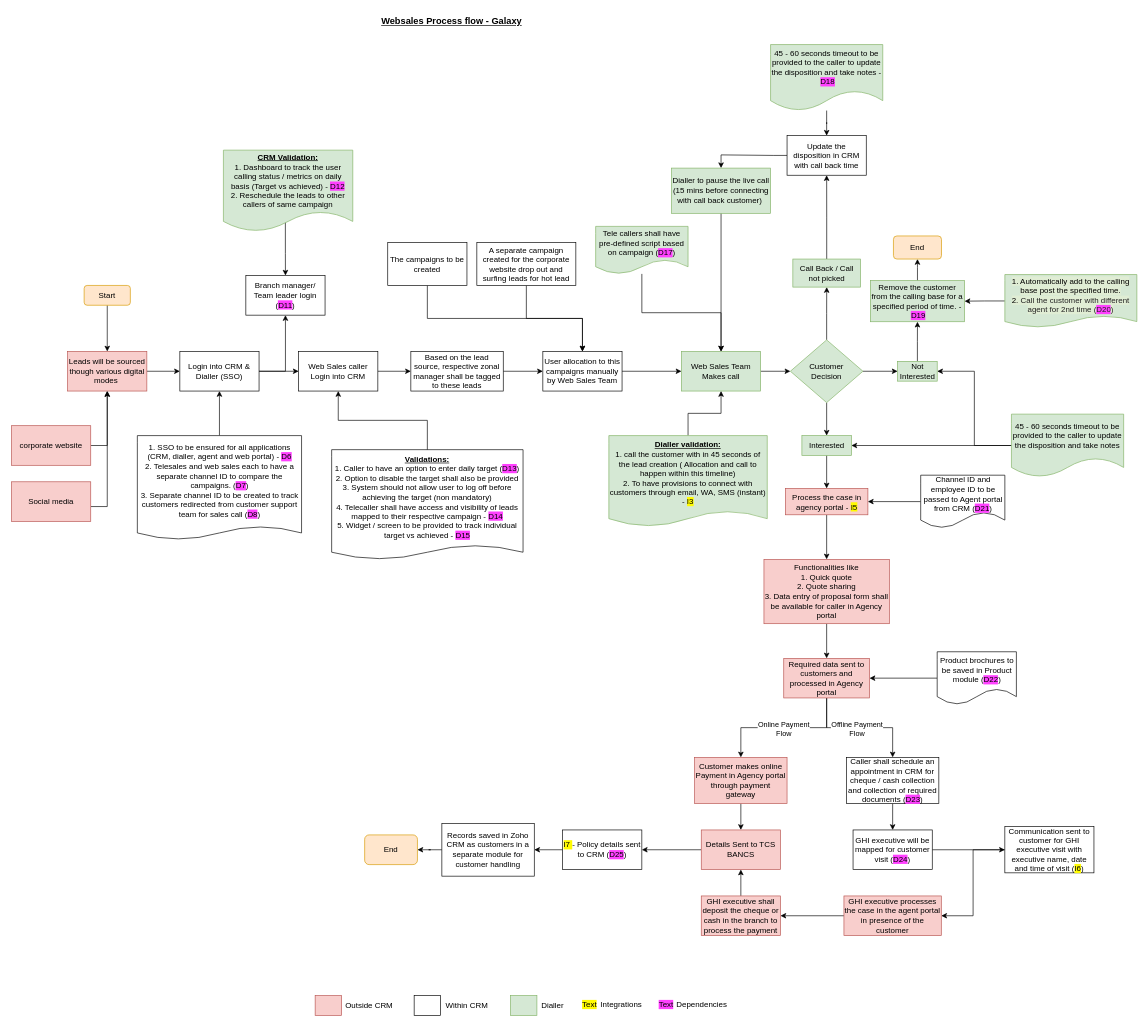
Above: WebSales.drawio in shaileshsreedar/Galaxy (draw.io), before the change. Source tidied: cells renumbered, new cells numbered last; positions are measured from the earlier drawing's top-left corner, leaving out a move shared by most shapes. Both pictures are drawn from the tidied source at 66%, with x=0, y=0 at pixel (11, 11).
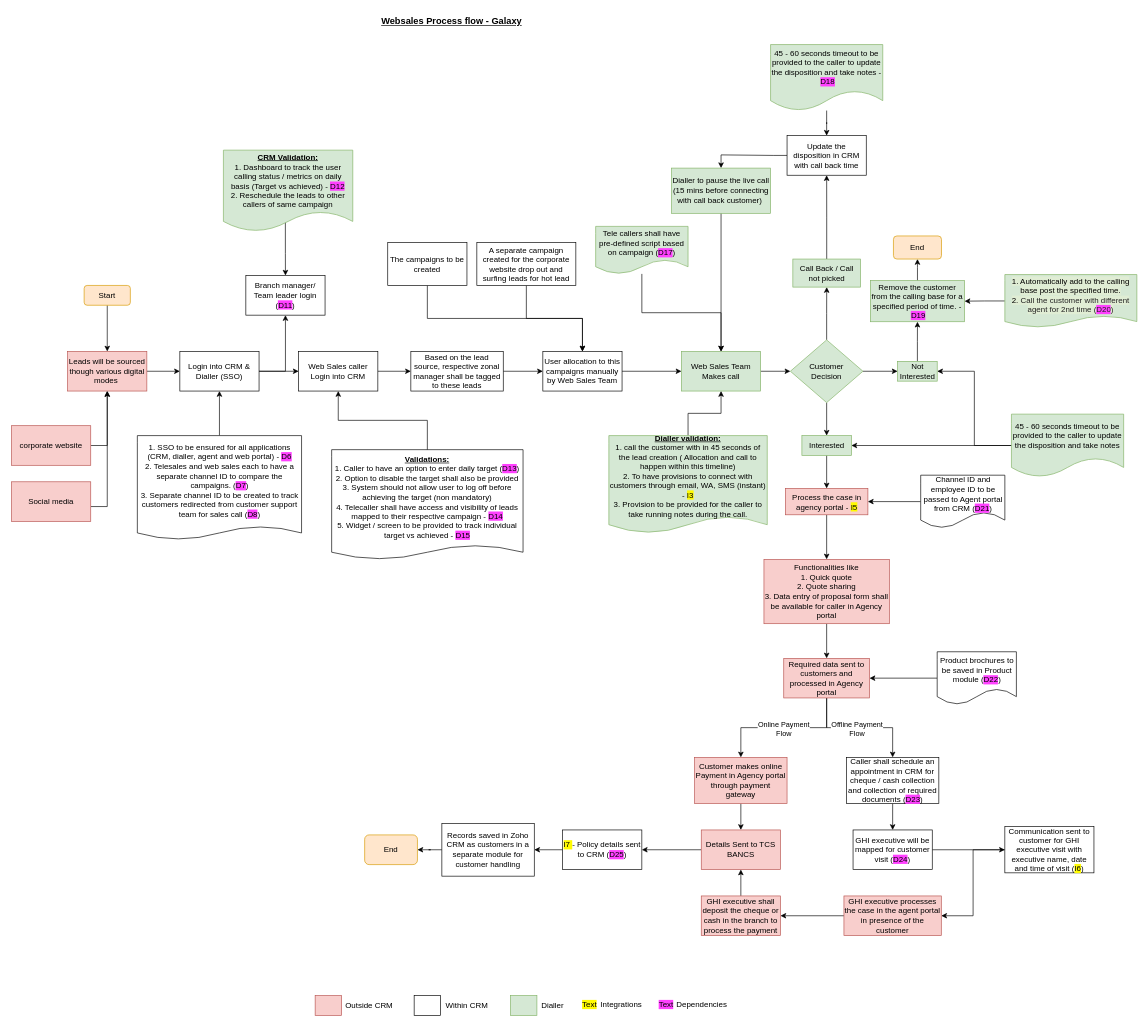
The same page after the edit.

Change to the diagram source:
```diff
@@
-    <mxCell id="33" value="&lt;u&gt;&lt;b&gt;Dialler validation:&lt;/b&gt;&lt;/u&gt;&lt;div&gt;1. call the customer with in 45 seconds of the lead creation ( Allocation and call to happen within this timeline)&lt;/div&gt;&lt;div&gt;&lt;div&gt;2. To have provisions to connect with customers through email, WA, SMS (instant) -&amp;nbsp;&lt;span style=&quot;background-color: rgb(255, 251, 0);&quot;&gt;I3&lt;/span&gt;&lt;/div&gt;&lt;/div&gt;" style="shape=document;whiteSpace=wrap;html=1;boundedLbl=1;fillColor=#d5e8d4;strokeColor=#82b366;size=0.16901408450704225;" parent="1" vertex="1">
-      <mxGeometry x="905" y="642.5" width="240" height="137.5" as="geometry" />
+    <mxCell id="33" value="&lt;u&gt;&lt;b&gt;Dialler validation:&lt;/b&gt;&lt;/u&gt;&lt;div&gt;1. call the customer with in 45 seconds of the lead creation ( Allocation and call to happen within this timeline)&lt;/div&gt;&lt;div&gt;&lt;div&gt;2. To have provisions to connect with customers through email, WA, SMS (instant) -&amp;nbsp;&lt;span style=&quot;background-color: rgb(255, 251, 0);&quot;&gt;I3&lt;/span&gt;&lt;/div&gt;&lt;/div&gt;&lt;div&gt;3. Provision to be provided for the caller to take running notes during the call.&lt;span style=&quot;background-color: rgb(255, 251, 0);&quot;&gt;&lt;br&gt;&lt;/span&gt;&lt;/div&gt;" style="shape=document;whiteSpace=wrap;html=1;boundedLbl=1;fillColor=#d5e8d4;strokeColor=#82b366;size=0.16901408450704225;" parent="1" vertex="1">
+      <mxGeometry x="905" y="642.5" width="240" height="147.5" as="geometry" />
     </mxCell>
```
